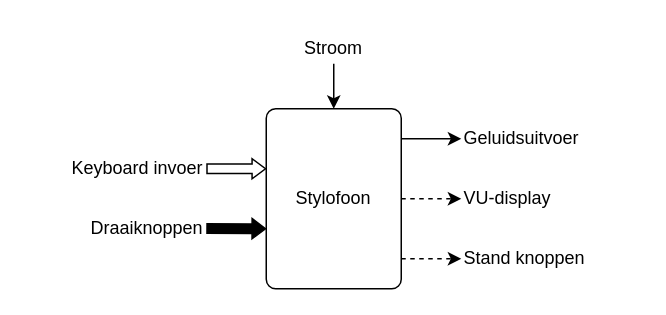
Earlier version of the draw.io diagram page "top-level" (1 of 2) of docs/stylofoon blokschema.drawio (lonkaars/avans-stylophone). Source tidied: cells renumbered, new cells numbered last; positions are measured from the earlier drawing's top-left corner, leaving out a move shared by most shapes. Both pictures are drawn from the tidied source at 150%, with x=0, y=0 at pixel (26, 33).
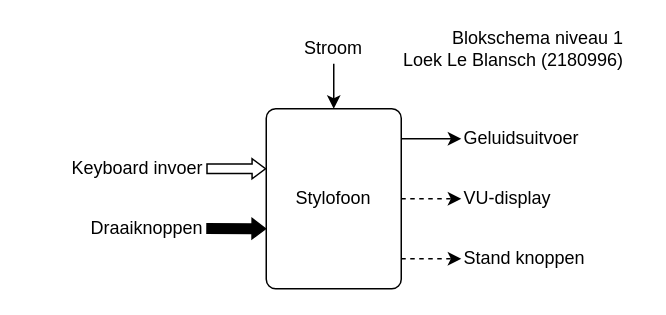
The same page after the edit.

The edit, as a diff of the source:
```diff
@@
 <mxGraphModel background="#ffffff">
   <root>
     <mxCell id="0" />
     <mxCell id="1" parent="0" />
     <mxCell id="2" value="Stylofoon" style="rounded=1;whiteSpace=wrap;html=1;fontColor=#000000;strokeColor=#000000;fillColor=#FFFFFF;arcSize=7;" parent="1" vertex="1">
       <mxGeometry x="160" y="50" width="90" height="120" as="geometry" />
     </mxCell>
     <mxCell id="3" value="Keyboard invoer" style="text;html=1;strokeColor=none;fillColor=none;align=right;verticalAlign=middle;whiteSpace=wrap;rounded=0;fontColor=#000000;" parent="1" vertex="1">
       <mxGeometry y="80" width="120" height="20" as="geometry" />
     </mxCell>
     <mxCell id="4" value="Draaiknoppen" style="text;html=1;strokeColor=none;fillColor=none;align=right;verticalAlign=middle;whiteSpace=wrap;rounded=0;fontColor=#000000;" parent="1" vertex="1">
       <mxGeometry y="120" width="120" height="20" as="geometry" />
     </mxCell>
     <mxCell id="5" style="shape=flexArrow;endArrow=classic;html=1;rounded=0;fontColor=#000000;strokeColor=#000000;exitX=1;exitY=0.5;exitDx=0;exitDy=0;width=6.368715083798883;endSize=2.6502793296089386;endWidth=6.104054180581131;entryX=0;entryY=0.333;entryDx=0;entryDy=0;entryPerimeter=0;" parent="1" edge="1" source="3">
       <mxGeometry relative="1" as="geometry">
         <mxPoint x="160" y="90" as="targetPoint" />
       </mxGeometry>
     </mxCell>
     <mxCell id="6" style="shape=flexArrow;endArrow=classic;html=1;rounded=0;fontColor=#000000;strokeColor=#000000;exitX=1;exitY=0.5;exitDx=0;exitDy=0;width=6.368715083798883;endSize=2.6502793296089386;endWidth=6.104054180581131;entryX=0;entryY=0.667;entryDx=0;entryDy=0;entryPerimeter=0;fillColor=#000000;" parent="1" edge="1">
       <mxGeometry relative="1" as="geometry">
         <mxPoint x="120" y="129.8" as="sourcePoint" />
         <mxPoint x="160" y="130" as="targetPoint" />
       </mxGeometry>
     </mxCell>
     <mxCell id="7" value="Geluidsuitvoer" style="text;html=1;strokeColor=none;fillColor=none;align=left;verticalAlign=middle;whiteSpace=wrap;rounded=0;fontColor=#000000;" parent="1" vertex="1">
       <mxGeometry x="290" y="60" width="120" height="20" as="geometry" />
     </mxCell>
     <mxCell id="8" value="VU-display" style="text;html=1;strokeColor=none;fillColor=none;align=left;verticalAlign=middle;whiteSpace=wrap;rounded=0;fontColor=#000000;" parent="1" vertex="1">
       <mxGeometry x="290" y="100" width="120" height="20" as="geometry" />
     </mxCell>
     <mxCell id="9" value="Stand knoppen" style="text;html=1;strokeColor=none;fillColor=none;align=left;verticalAlign=middle;whiteSpace=wrap;rounded=0;fontColor=#000000;" parent="1" vertex="1">
       <mxGeometry x="290" y="140" width="120" height="20" as="geometry" />
     </mxCell>
     <mxCell id="10" style="endArrow=classic;html=1;rounded=0;fontColor=#000000;strokeColor=#000000;fillColor=#000000;entryX=0;entryY=0.5;entryDx=0;entryDy=0;exitX=1;exitY=0.167;exitDx=0;exitDy=0;exitPerimeter=0;" parent="1" edge="1" source="2" target="7">
       <mxGeometry relative="1" as="geometry" />
     </mxCell>
     <mxCell id="11" style="endArrow=classic;html=1;rounded=0;fontColor=#000000;strokeColor=#000000;fillColor=#000000;entryX=0;entryY=0.5;entryDx=0;entryDy=0;exitX=1;exitY=0.5;exitDx=0;exitDy=0;dashed=1;" parent="1" edge="1" source="2" target="8">
       <mxGeometry relative="1" as="geometry" />
     </mxCell>
     <mxCell id="12" style="endArrow=classic;html=1;rounded=0;fontColor=#000000;strokeColor=#000000;fillColor=#000000;entryX=0;entryY=0.5;entryDx=0;entryDy=0;exitX=1;exitY=0.833;exitDx=0;exitDy=0;exitPerimeter=0;dashed=1;" parent="1" edge="1" source="2" target="9">
       <mxGeometry relative="1" as="geometry" />
     </mxCell>
     <mxCell id="13" value="Stroom" style="text;html=1;strokeColor=none;fillColor=none;align=center;verticalAlign=middle;whiteSpace=wrap;rounded=0;fontColor=#000000;" parent="1" vertex="1">
       <mxGeometry x="145" width="120" height="20" as="geometry" />
     </mxCell>
     <mxCell id="14" style="endArrow=classic;html=1;rounded=0;fontColor=#000000;strokeColor=#000000;fillColor=#000000;exitX=0.5;exitY=1;exitDx=0;exitDy=0;entryX=0.5;entryY=0;entryDx=0;entryDy=0;" parent="1" edge="1" source="13" target="2">
       <mxGeometry relative="1" as="geometry" />
     </mxCell>
+    <mxCell id="15" value="&lt;div style=&quot;text-align: right&quot;&gt;&lt;span&gt;Blokschema niveau 1&lt;/span&gt;&lt;/div&gt;&lt;div style=&quot;text-align: right&quot;&gt;&lt;span&gt;Loek Le Blansch (2180996)&lt;/span&gt;&lt;/div&gt;" style="text;html=1;strokeColor=none;fillColor=none;align=center;verticalAlign=middle;whiteSpace=wrap;rounded=0;" parent="1" vertex="1">
+      <mxGeometry x="240" y="-5" width="170" height="30" as="geometry" />
+    </mxCell>
   </root>
 </mxGraphModel>
```
